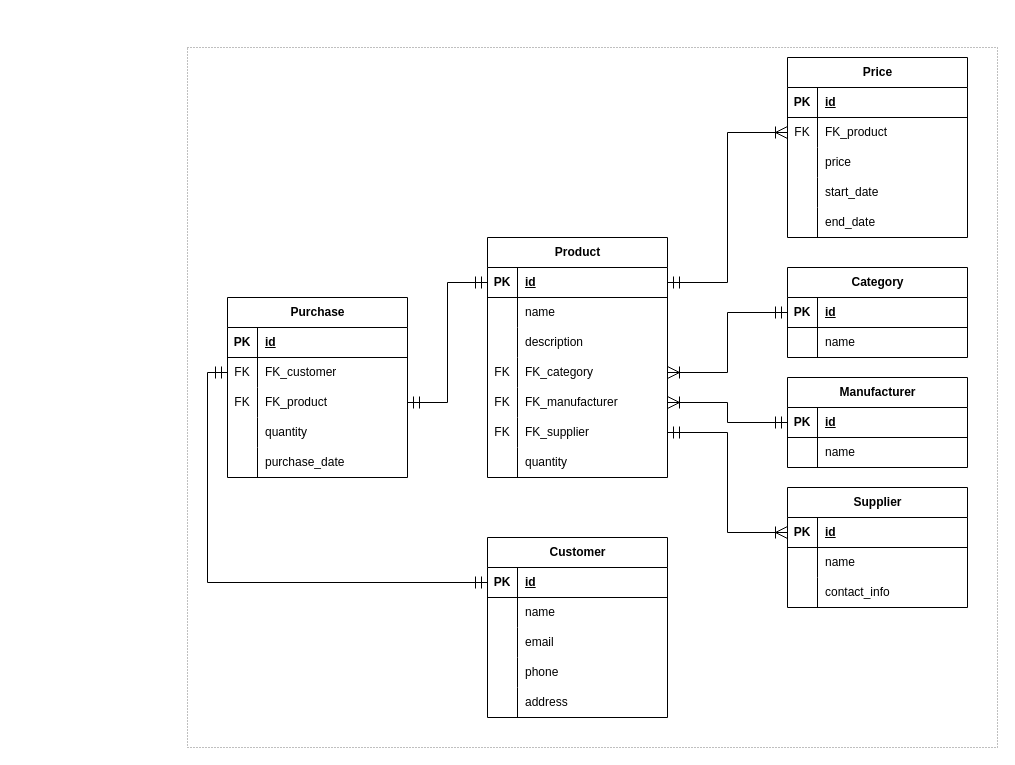
Above: erd.drawio in Schukinsky/1st-project (draw.io), before the change. Source tidied: cells renumbered, new cells numbered last; positions are measured from the earlier drawing's top-left corner, leaving out a move shared by most shapes. Both pictures are drawn from the tidied source at 100%, with x=0, y=0 at pixel (187, 47).
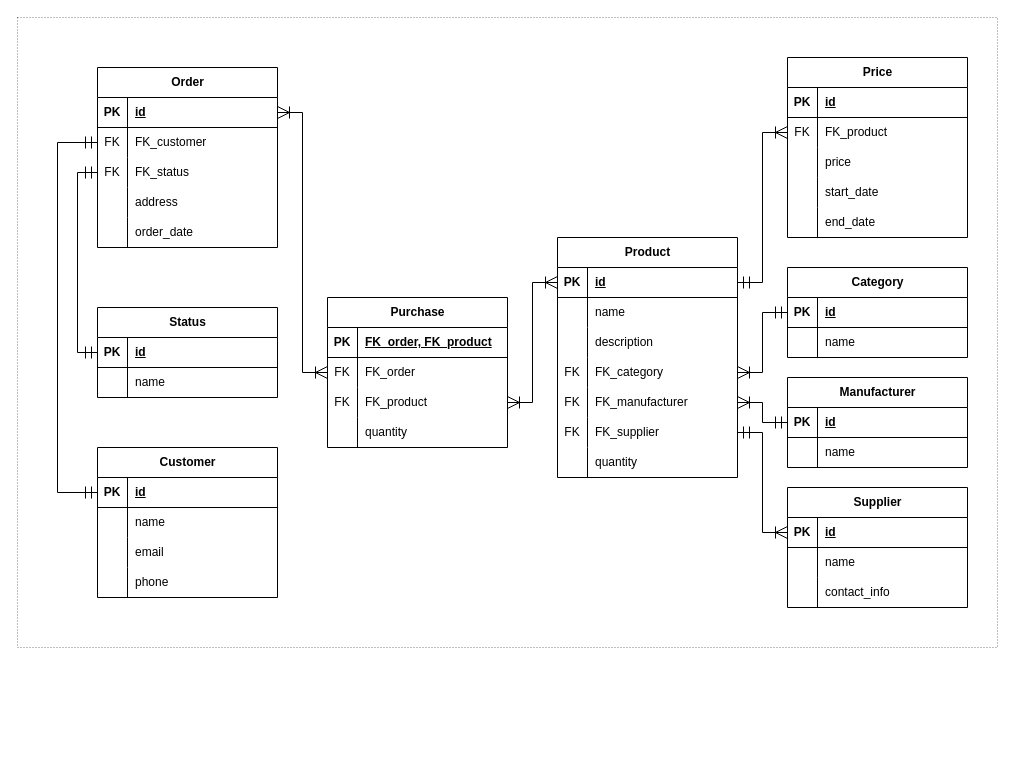
The same diagram, later.

Unchanged cells that the change refers to:
```xml
<mxCell id="4" style="shape=tableRow;horizontal=0;startSize=0;swimlaneHead=0;swimlaneBody=0;fillColor=none;points=[[0,0.5],[1,0.5]];portConstraint=eastwest;top=0;left=0;right=0;bottom=1;" parent="3" vertex="1">
  <mxGeometry y="30" width="180" height="30" as="geometry" />
</mxCell>
<mxCell id="66" style="shape=tableRow;horizontal=0;startSize=0;swimlaneHead=0;swimlaneBody=0;fillColor=none;points=[[0,0.5],[1,0.5]];portConstraint=eastwest;top=0;left=0;right=0;bottom=1;" parent="65" vertex="1">
  <mxGeometry y="30" width="180" height="30" as="geometry" />
</mxCell>
<mxCell id="82" style="shape=tableRow;horizontal=0;startSize=0;swimlaneHead=0;swimlaneBody=0;fillColor=none;points=[[0,0.5],[1,0.5]];portConstraint=eastwest;top=0;left=0;right=0;bottom=1;" parent="81" vertex="1">
  <mxGeometry y="30" width="180" height="30" as="geometry" />
</mxCell>
<mxCell id="85" style="shape=tableRow;horizontal=0;startSize=0;swimlaneHead=0;swimlaneBody=0;fillColor=none;points=[[0,0.5],[1,0.5]];portConstraint=eastwest;top=0;left=0;right=0;bottom=0;" parent="81" vertex="1">
  <mxGeometry y="60" width="180" height="30" as="geometry" />
</mxCell>
<mxCell id="88" style="shape=tableRow;horizontal=0;startSize=0;swimlaneHead=0;swimlaneBody=0;fillColor=none;points=[[0,0.5],[1,0.5]];portConstraint=eastwest;top=0;left=0;right=0;bottom=0;" parent="81" vertex="1">
  <mxGeometry y="90" width="180" height="30" as="geometry" />
</mxCell>
```

The edit, as a diff of the source:
```diff
@@
     <mxCell id="2" style="rounded=0;whiteSpace=wrap;html=1;fillColor=none;dashed=1;dashPattern=1 2;opacity=50;" parent="1" vertex="1">
-      <mxGeometry width="810" height="700" as="geometry" />
+      <mxGeometry x="-170" y="-30" width="980" height="630" as="geometry" />
     </mxCell>
     <mxCell id="3" value="Product" style="shape=table;startSize=30;childLayout=tableLayout;rowLines=0;fontStyle=1;align=center;html=1;" parent="1" vertex="1">
-      <mxGeometry x="300" y="190" width="180" height="240" as="geometry" />
+      <mxGeometry x="370" y="190" width="180" height="240" as="geometry" />
     </mxCell>
@@
     <mxCell id="65" value="Customer" style="shape=table;startSize=30;childLayout=tableLayout;rowLines=0;fontStyle=1;align=center;html=1;" parent="1" vertex="1">
-      <mxGeometry x="300" y="490" width="180" height="180" as="geometry" />
+      <mxGeometry x="-90" y="400" width="180" height="150" as="geometry" />
     </mxCell>
@@
-    <mxCell id="78" style="shape=tableRow;horizontal=0;startSize=0;swimlaneHead=0;swimlaneBody=0;fillColor=none;top=0;left=0;right=0;bottom=0;" parent="65" vertex="1">
-      <mxGeometry y="150" width="180" height="30" as="geometry" />
-    </mxCell>
-    <mxCell id="79" style="shape=partialRectangle;fillColor=none;top=0;left=0;bottom=0;right=0;overflow=hidden;whiteSpace=wrap;html=1;" parent="78" vertex="1">
-      <mxGeometry width="30" height="30" as="geometry" />
-    </mxCell>
-    <mxCell id="80" value="address" style="shape=partialRectangle;fillColor=none;top=0;left=0;bottom=0;right=0;align=left;spacingLeft=6;overflow=hidden;whiteSpace=wrap;html=1;" parent="78" vertex="1">
-      <mxGeometry x="30" width="150" height="30" as="geometry" />
-    </mxCell>
-    <mxCell id="81" value="Purchase" style="shape=table;startSize=30;childLayout=tableLayout;rowLines=0;fontStyle=1;align=center;html=1;" parent="1" vertex="1">
-      <mxGeometry x="40" y="250" width="180" height="180" as="geometry" />
+    <mxCell id="81" value="Order" style="shape=table;startSize=30;childLayout=tableLayout;rowLines=0;fontStyle=1;align=center;html=1;" parent="1" vertex="1">
+      <mxGeometry x="-90" y="20" width="180" height="180" as="geometry" />
     </mxCell>
@@
-    <mxCell id="90" value="FK_product" style="shape=partialRectangle;fillColor=none;top=0;left=0;bottom=0;right=0;align=left;spacingLeft=6;overflow=hidden;whiteSpace=wrap;html=1;" parent="88" vertex="1">
+    <mxCell id="90" value="FK_status" style="shape=partialRectangle;fillColor=none;top=0;left=0;bottom=0;right=0;align=left;spacingLeft=6;overflow=hidden;whiteSpace=wrap;html=1;" parent="88" vertex="1">
       <mxGeometry x="30" width="150" height="30" as="geometry" />
     </mxCell>
-    <mxCell id="91" style="shape=tableRow;horizontal=0;startSize=0;swimlaneHead=0;swimlaneBody=0;fillColor=none;top=0;left=0;right=0;bottom=0;" parent="81" vertex="1">
-      <mxGeometry y="120" width="180" height="30" as="geometry" />
-    </mxCell>
-    <mxCell id="92" style="shape=partialRectangle;fillColor=none;top=0;left=0;bottom=0;right=0;overflow=hidden;whiteSpace=wrap;html=1;" parent="91" vertex="1">
-      <mxGeometry width="30" height="30" as="geometry" />
-    </mxCell>
-    <mxCell id="93" value="quantity" style="shape=partialRectangle;fillColor=none;top=0;left=0;bottom=0;right=0;align=left;spacingLeft=6;overflow=hidden;whiteSpace=wrap;html=1;" parent="91" vertex="1">
-      <mxGeometry x="30" width="150" height="30" as="geometry" />
-    </mxCell>
     <mxCell id="94" style="shape=tableRow;horizontal=0;startSize=0;swimlaneHead=0;swimlaneBody=0;fillColor=none;top=0;left=0;right=0;bottom=0;" parent="81" vertex="1">
-      <mxGeometry y="150" width="180" height="30" as="geometry" />
+      <mxGeometry y="120" width="180" height="30" as="geometry" />
     </mxCell>
@@
-    <mxCell id="96" value="purchase_date" style="shape=partialRectangle;fillColor=none;top=0;left=0;bottom=0;right=0;align=left;spacingLeft=6;overflow=hidden;whiteSpace=wrap;html=1;" parent="94" vertex="1">
+    <mxCell id="96" value="address" style="shape=partialRectangle;fillColor=none;top=0;left=0;bottom=0;right=0;align=left;spacingLeft=6;overflow=hidden;whiteSpace=wrap;html=1;" parent="94" vertex="1">
       <mxGeometry x="30" width="150" height="30" as="geometry" />
     </mxCell>
+    <mxCell id="78" style="shape=tableRow;horizontal=0;startSize=0;swimlaneHead=0;swimlaneBody=0;fillColor=none;top=0;left=0;right=0;bottom=0;" parent="81" vertex="1">
+      <mxGeometry y="150" width="180" height="30" as="geometry" />
+    </mxCell>
+    <mxCell id="103" style="shape=partialRectangle;fillColor=none;top=0;left=0;bottom=0;right=0;overflow=hidden;whiteSpace=wrap;html=1;" parent="78" vertex="1">
+      <mxGeometry width="30" height="30" as="geometry" />
+    </mxCell>
+    <mxCell id="104" value="order_date" style="shape=partialRectangle;fillColor=none;top=0;left=0;bottom=0;right=0;align=left;spacingLeft=6;overflow=hidden;whiteSpace=wrap;html=1;" parent="78" vertex="1">
+      <mxGeometry x="30" width="150" height="30" as="geometry" />
+    </mxCell>
@@
     <mxCell id="99" style="edgeStyle=orthogonalEdgeStyle;rounded=0;jettySize=auto;html=1;entryX=0;entryY=0.5;entryDx=0;entryDy=0;endSize=10;startSize=10;startArrow=ERmandOne;startFill=0;endArrow=ERmandOne;endFill=0;exitX=0;exitY=0.5;exitDx=0;exitDy=0;" parent="1" edge="1" source="85" target="66">
-      <mxGeometry relative="1" as="geometry" />
+      <mxGeometry relative="1" as="geometry">
+        <Array as="points">
+          <mxPoint x="-130" y="95" />
+          <mxPoint x="-130" y="445" />
+        </Array>
+      </mxGeometry>
     </mxCell>
-    <mxCell id="100" style="edgeStyle=orthogonalEdgeStyle;rounded=0;jettySize=auto;html=1;entryX=0;entryY=0.5;entryDx=0;entryDy=0;endSize=10;startSize=10;startArrow=ERmandOne;startFill=0;endArrow=ERmandOne;endFill=0;" parent="1" edge="1" source="88" target="4">
+    <mxCell id="100" style="edgeStyle=orthogonalEdgeStyle;rounded=0;jettySize=auto;html=1;entryX=0;entryY=0.5;entryDx=0;entryDy=0;endSize=10;startSize=10;startArrow=ERoneToMany;startFill=0;endArrow=ERoneToMany;endFill=0;exitX=1;exitY=0.5;exitDx=0;exitDy=0;" parent="1" edge="1" source="112" target="4">
       <mxGeometry relative="1" as="geometry" />
     </mxCell>
@@
+    <mxCell id="105" value="Purchase" style="shape=table;startSize=30;childLayout=tableLayout;rowLines=0;fontStyle=1;align=center;html=1;" parent="1" vertex="1">
+      <mxGeometry x="140" y="250" width="180" height="150" as="geometry" />
+    </mxCell>
+    <mxCell id="106" style="shape=tableRow;horizontal=0;startSize=0;swimlaneHead=0;swimlaneBody=0;fillColor=none;top=0;left=0;right=0;bottom=1;" parent="105" vertex="1">
+      <mxGeometry y="30" width="180" height="30" as="geometry" />
+    </mxCell>
+    <mxCell id="107" value="PK" style="shape=partialRectangle;fillColor=none;top=0;left=0;bottom=0;right=0;fontStyle=1;overflow=hidden;whiteSpace=wrap;html=1;" parent="106" vertex="1">
+      <mxGeometry width="30" height="30" as="geometry" />
+    </mxCell>
+    <mxCell id="108" value="FK_order, FK_product" style="shape=partialRectangle;fillColor=none;top=0;left=0;bottom=0;right=0;align=left;spacingLeft=6;fontStyle=5;overflow=hidden;whiteSpace=wrap;html=1;" parent="106" vertex="1">
+      <mxGeometry x="30" width="150" height="30" as="geometry" />
+    </mxCell>
+    <mxCell id="109" style="shape=tableRow;horizontal=0;startSize=0;swimlaneHead=0;swimlaneBody=0;fillColor=none;points=[[0,0.5],[1,0.5]];portConstraint=eastwest;top=0;left=0;right=0;bottom=0;" parent="105" vertex="1">
+      <mxGeometry y="60" width="180" height="30" as="geometry" />
+    </mxCell>
+    <mxCell id="110" value="FK" style="shape=partialRectangle;fillColor=none;top=0;left=0;bottom=0;right=0;overflow=hidden;whiteSpace=wrap;html=1;" parent="109" vertex="1">
+      <mxGeometry width="30" height="30" as="geometry" />
+    </mxCell>
+    <mxCell id="111" value="FK_order" style="shape=partialRectangle;fillColor=none;top=0;left=0;bottom=0;right=0;align=left;spacingLeft=6;overflow=hidden;whiteSpace=wrap;html=1;" parent="109" vertex="1">
+      <mxGeometry x="30" width="150" height="30" as="geometry" />
+    </mxCell>
+    <mxCell id="112" style="shape=tableRow;horizontal=0;startSize=0;swimlaneHead=0;swimlaneBody=0;fillColor=none;points=[[0,0.5],[1,0.5]];portConstraint=eastwest;top=0;left=0;right=0;bottom=0;" parent="105" vertex="1">
+      <mxGeometry y="90" width="180" height="30" as="geometry" />
+    </mxCell>
+    <mxCell id="113" value="FK" style="shape=partialRectangle;fillColor=none;top=0;left=0;bottom=0;right=0;overflow=hidden;whiteSpace=wrap;html=1;" parent="112" vertex="1">
+      <mxGeometry width="30" height="30" as="geometry" />
+    </mxCell>
+    <mxCell id="114" value="FK_product" style="shape=partialRectangle;fillColor=none;top=0;left=0;bottom=0;right=0;align=left;spacingLeft=6;overflow=hidden;whiteSpace=wrap;html=1;" parent="112" vertex="1">
+      <mxGeometry x="30" width="150" height="30" as="geometry" />
+    </mxCell>
+    <mxCell id="91" style="shape=tableRow;horizontal=0;startSize=0;swimlaneHead=0;swimlaneBody=0;fillColor=none;top=0;left=0;right=0;bottom=0;" parent="105" vertex="1">
+      <mxGeometry y="120" width="180" height="30" as="geometry" />
+    </mxCell>
+    <mxCell id="115" style="shape=partialRectangle;fillColor=none;top=0;left=0;bottom=0;right=0;overflow=hidden;whiteSpace=wrap;html=1;" parent="91" vertex="1">
+      <mxGeometry width="30" height="30" as="geometry" />
+    </mxCell>
+    <mxCell id="93" value="quantity" style="shape=partialRectangle;fillColor=none;top=0;left=0;bottom=0;right=0;align=left;spacingLeft=6;overflow=hidden;whiteSpace=wrap;html=1;" parent="91" vertex="1">
+      <mxGeometry x="30" width="150" height="30" as="geometry" />
+    </mxCell>
+    <mxCell id="116" style="edgeStyle=orthogonalEdgeStyle;rounded=0;jettySize=auto;html=1;entryX=1;entryY=0.5;entryDx=0;entryDy=0;endSize=10;startSize=10;startArrow=ERoneToMany;startFill=0;endArrow=ERoneToMany;endFill=0;exitX=0;exitY=0.5;exitDx=0;exitDy=0;" parent="1" edge="1" source="109" target="82">
+      <mxGeometry relative="1" as="geometry" />
+    </mxCell>
+    <mxCell id="117" value="Status" style="shape=table;startSize=30;childLayout=tableLayout;rowLines=0;fontStyle=1;align=center;html=1;" parent="1" vertex="1">
+      <mxGeometry x="-90" y="260" width="180" height="90" as="geometry" />
+    </mxCell>
+    <mxCell id="118" style="shape=tableRow;horizontal=0;startSize=0;swimlaneHead=0;swimlaneBody=0;fillColor=none;points=[[0,0.5],[1,0.5]];portConstraint=eastwest;top=0;left=0;right=0;bottom=1;" parent="117" vertex="1">
+      <mxGeometry y="30" width="180" height="30" as="geometry" />
+    </mxCell>
+    <mxCell id="119" value="PK" style="shape=partialRectangle;fillColor=none;top=0;left=0;bottom=0;right=0;fontStyle=1;overflow=hidden;whiteSpace=wrap;html=1;" parent="118" vertex="1">
+      <mxGeometry width="30" height="30" as="geometry" />
+    </mxCell>
+    <mxCell id="120" value="id" style="shape=partialRectangle;fillColor=none;top=0;left=0;bottom=0;right=0;align=left;spacingLeft=6;fontStyle=5;overflow=hidden;whiteSpace=wrap;html=1;" parent="118" vertex="1">
+      <mxGeometry x="30" width="150" height="30" as="geometry" />
+    </mxCell>
+    <mxCell id="121" style="shape=tableRow;horizontal=0;startSize=0;swimlaneHead=0;swimlaneBody=0;fillColor=none;top=0;left=0;right=0;bottom=0;" parent="117" vertex="1">
+      <mxGeometry y="60" width="180" height="30" as="geometry" />
+    </mxCell>
+    <mxCell id="122" style="shape=partialRectangle;fillColor=none;top=0;left=0;bottom=0;right=0;overflow=hidden;whiteSpace=wrap;html=1;" parent="121" vertex="1">
+      <mxGeometry width="30" height="30" as="geometry" />
+    </mxCell>
+    <mxCell id="123" value="name" style="shape=partialRectangle;fillColor=none;top=0;left=0;bottom=0;right=0;align=left;spacingLeft=6;overflow=hidden;whiteSpace=wrap;html=1;" parent="121" vertex="1">
+      <mxGeometry x="30" width="150" height="30" as="geometry" />
+    </mxCell>
+    <mxCell id="124" style="edgeStyle=orthogonalEdgeStyle;rounded=0;jettySize=auto;html=1;entryX=0;entryY=0.5;entryDx=0;entryDy=0;endSize=10;startSize=10;startArrow=ERmandOne;startFill=0;endArrow=ERmandOne;endFill=0;exitX=0;exitY=0.5;exitDx=0;exitDy=0;" parent="1" edge="1" source="88" target="118">
+      <mxGeometry relative="1" as="geometry" />
+    </mxCell>
```
